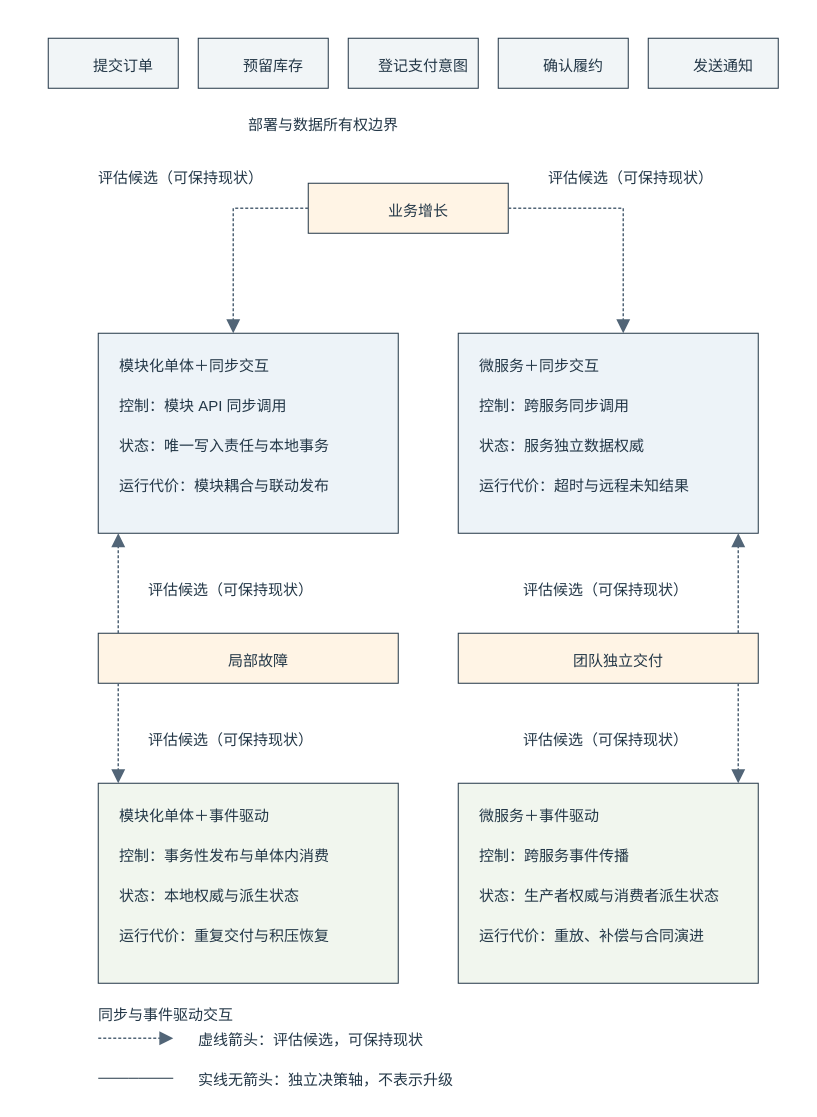
sealday/tego-arch keeps this draw.io diagram as diagrams/sty-14-architecture-choice-matrix.drawio. Above is the earlier version. Source tidied: cells renumbered, new cells numbered last; positions are measured from the earlier drawing's top-left corner, leaving out a move shared by most shapes. Both pictures are drawn from the tidied source at 50%, with x=0, y=0 at pixel (8, 8).
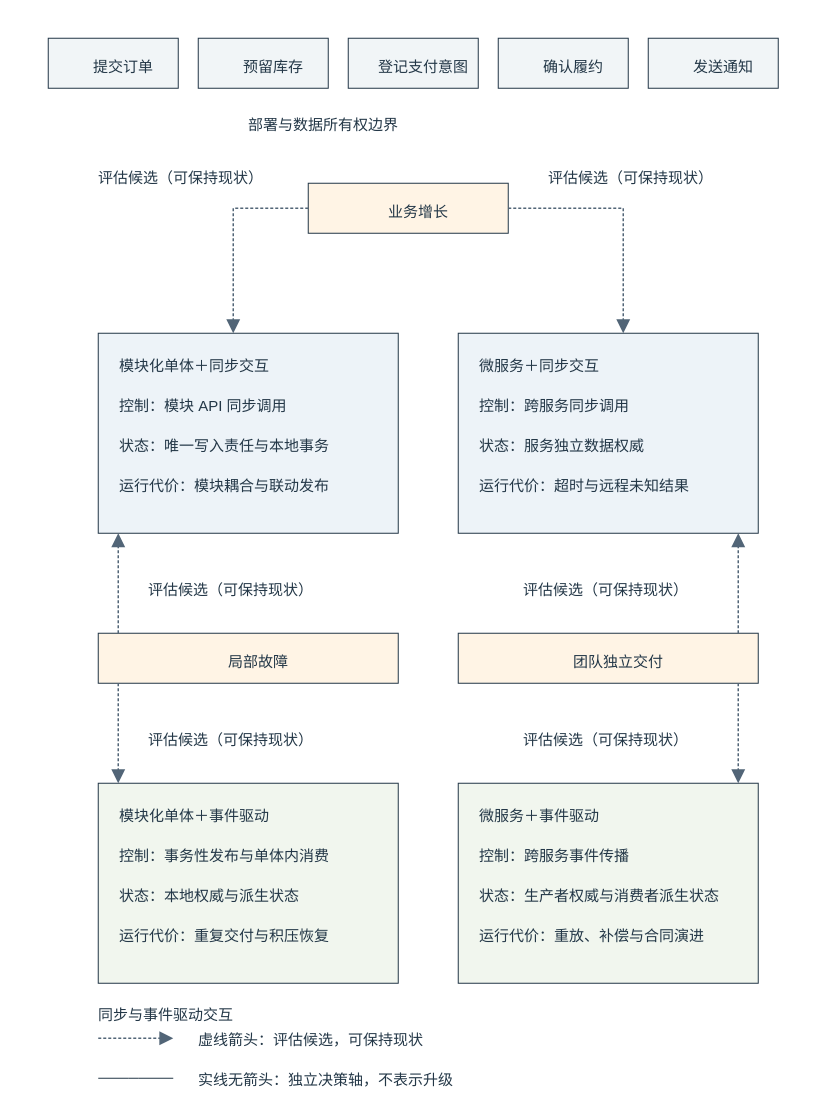
The same diagram, later.

Change to the diagram source:
```diff
@@
-    <mxCell id="7" value="提交订单" style="semanticRole=capability;rounded=0;fillColor=#F1F5F7;strokeColor=#233747;strokeWidth=2;fontColor=#233747;fontFamily=PingFang SC, Microsoft YaHei, sans-serif;fontSize=30;align=center;verticalAlign=top;spacingTop=30;spacingLeft=40;" parent="1" vertex="1">
+    <mxCell id="7" value="提交订单" style="semanticRole=capability;rounded=0;fillColor=#F1F5F7;strokeColor=#233747;strokeWidth=2;fontColor=#233747;fontFamily=PingFang SC, Microsoft YaHei, sans-serif;fontSize=30;align=center;verticalAlign=top;spacingTop=31;spacingLeft=40;" parent="1" vertex="1">
       <mxGeometry x="80" y="60" width="260" height="100" as="geometry" />
     </mxCell>
-    <mxCell id="8" value="预留库存" style="semanticRole=capability;rounded=0;fillColor=#F1F5F7;strokeColor=#233747;strokeWidth=2;fontColor=#233747;fontFamily=PingFang SC, Microsoft YaHei, sans-serif;fontSize=30;align=center;verticalAlign=top;spacingTop=30;spacingLeft=40;" parent="1" vertex="1">
+    <mxCell id="8" value="预留库存" style="semanticRole=capability;rounded=0;fillColor=#F1F5F7;strokeColor=#233747;strokeWidth=2;fontColor=#233747;fontFamily=PingFang SC, Microsoft YaHei, sans-serif;fontSize=30;align=center;verticalAlign=top;spacingTop=31;spacingLeft=40;" parent="1" vertex="1">
       <mxGeometry x="380" y="60" width="260" height="100" as="geometry" />
     </mxCell>
-    <mxCell id="9" value="登记支付意图" style="semanticRole=capability;rounded=0;fillColor=#F1F5F7;strokeColor=#233747;strokeWidth=2;fontColor=#233747;fontFamily=PingFang SC, Microsoft YaHei, sans-serif;fontSize=30;align=center;verticalAlign=top;spacingTop=30;spacingLeft=40;" parent="1" vertex="1">
+    <mxCell id="9" value="登记支付意图" style="semanticRole=capability;rounded=0;fillColor=#F1F5F7;strokeColor=#233747;strokeWidth=2;fontColor=#233747;fontFamily=PingFang SC, Microsoft YaHei, sans-serif;fontSize=30;align=center;verticalAlign=top;spacingTop=31;spacingLeft=40;" parent="1" vertex="1">
       <mxGeometry x="680" y="60" width="260" height="100" as="geometry" />
     </mxCell>
-    <mxCell id="10" value="确认履约" style="semanticRole=capability;rounded=0;fillColor=#F1F5F7;strokeColor=#233747;strokeWidth=2;fontColor=#233747;fontFamily=PingFang SC, Microsoft YaHei, sans-serif;fontSize=30;align=center;verticalAlign=top;spacingTop=30;spacingLeft=40;" parent="1" vertex="1">
+    <mxCell id="10" value="确认履约" style="semanticRole=capability;rounded=0;fillColor=#F1F5F7;strokeColor=#233747;strokeWidth=2;fontColor=#233747;fontFamily=PingFang SC, Microsoft YaHei, sans-serif;fontSize=30;align=center;verticalAlign=top;spacingTop=31;spacingLeft=40;" parent="1" vertex="1">
       <mxGeometry x="980" y="60" width="260" height="100" as="geometry" />
     </mxCell>
-    <mxCell id="11" value="发送通知" style="semanticRole=capability;rounded=0;fillColor=#F1F5F7;strokeColor=#233747;strokeWidth=2;fontColor=#233747;fontFamily=PingFang SC, Microsoft YaHei, sans-serif;fontSize=30;align=center;verticalAlign=top;spacingTop=30;spacingLeft=40;" parent="1" vertex="1">
+    <mxCell id="11" value="发送通知" style="semanticRole=capability;rounded=0;fillColor=#F1F5F7;strokeColor=#233747;strokeWidth=2;fontColor=#233747;fontFamily=PingFang SC, Microsoft YaHei, sans-serif;fontSize=30;align=center;verticalAlign=top;spacingTop=31;spacingLeft=40;" parent="1" vertex="1">
       <mxGeometry x="1280" y="60" width="260" height="100" as="geometry" />
     </mxCell>
@@
-    <mxCell id="28" value="业务增长" style="semanticRole=pressure;rounded=0;fillColor=#FFF4E5;strokeColor=#233747;strokeWidth=2;fontColor=#233747;fontFamily=PingFang SC, Microsoft YaHei, sans-serif;fontSize=30;align=center;verticalAlign=top;spacingTop=30;spacingLeft=40;" parent="1" vertex="1">
+    <mxCell id="28" value="业务增长" style="semanticRole=pressure;rounded=0;fillColor=#FFF4E5;strokeColor=#233747;strokeWidth=2;fontColor=#233747;fontFamily=PingFang SC, Microsoft YaHei, sans-serif;fontSize=30;align=center;verticalAlign=top;spacingTop=31;spacingLeft=40;" parent="1" vertex="1">
       <mxGeometry x="600" y="350" width="400" height="100" as="geometry" />
     </mxCell>
-    <mxCell id="29" value="局部故障" style="semanticRole=pressure;rounded=0;fillColor=#FFF4E5;strokeColor=#233747;strokeWidth=2;fontColor=#233747;fontFamily=PingFang SC, Microsoft YaHei, sans-serif;fontSize=30;align=center;verticalAlign=top;spacingTop=30;spacingLeft=40;" parent="1" vertex="1">
+    <mxCell id="29" value="局部故障" style="semanticRole=pressure;rounded=0;fillColor=#FFF4E5;strokeColor=#233747;strokeWidth=2;fontColor=#233747;fontFamily=PingFang SC, Microsoft YaHei, sans-serif;fontSize=30;align=center;verticalAlign=top;spacingTop=31;spacingLeft=40;" parent="1" vertex="1">
       <mxGeometry x="180" y="1250" width="600" height="100" as="geometry" />
     </mxCell>
-    <mxCell id="30" value="团队独立交付" style="semanticRole=pressure;rounded=0;fillColor=#FFF4E5;strokeColor=#233747;strokeWidth=2;fontColor=#233747;fontFamily=PingFang SC, Microsoft YaHei, sans-serif;fontSize=30;align=center;verticalAlign=top;spacingTop=30;spacingLeft=40;" parent="1" vertex="1">
+    <mxCell id="30" value="团队独立交付" style="semanticRole=pressure;rounded=0;fillColor=#FFF4E5;strokeColor=#233747;strokeWidth=2;fontColor=#233747;fontFamily=PingFang SC, Microsoft YaHei, sans-serif;fontSize=30;align=center;verticalAlign=top;spacingTop=31;spacingLeft=40;" parent="1" vertex="1">
       <mxGeometry x="900" y="1250" width="600" height="100" as="geometry" />
     </mxCell>
```
